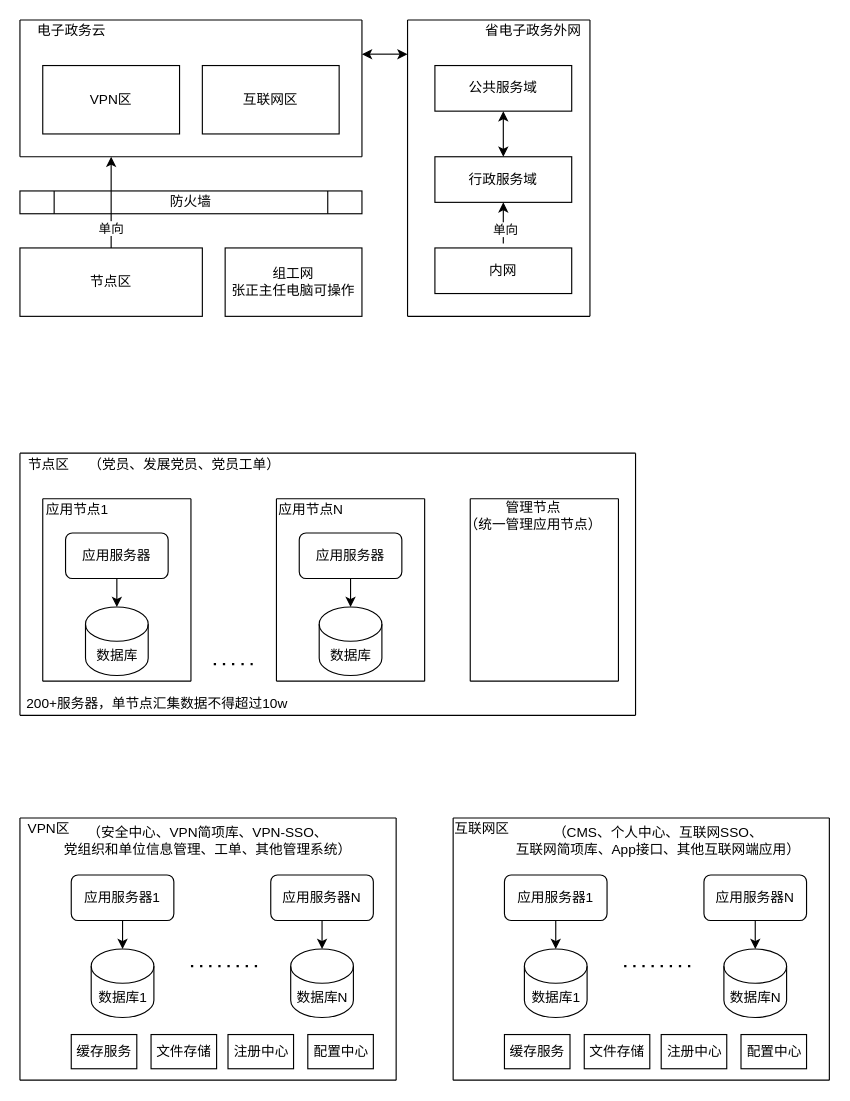
liuchenwei2000/diagram keeps this draw.io diagram as Dengta/部署域.drawio. Above is the earlier version. Source tidied: cells renumbered, new cells numbered last; positions are measured from the earlier drawing's top-left corner, leaving out a move shared by most shapes. Both pictures are drawn from the tidied source at 114%, with x=0, y=0 at pixel (19, 19).
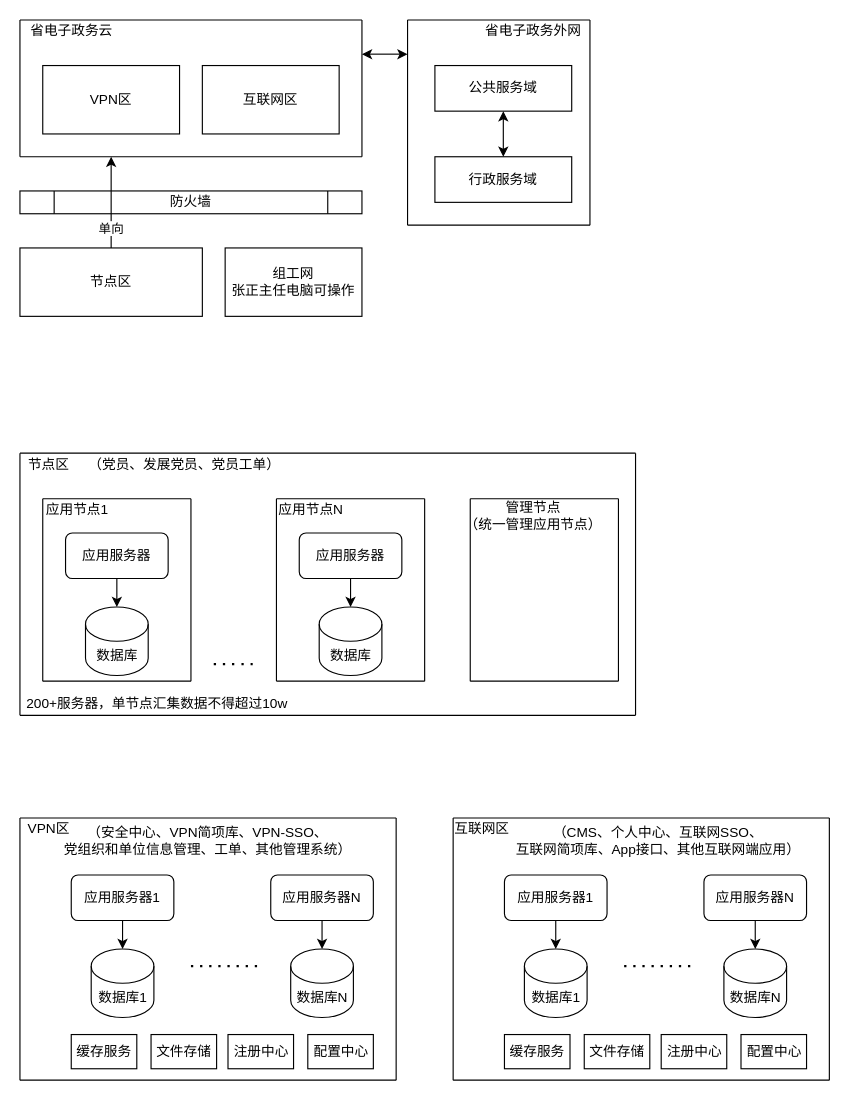
The same diagram, later.

The change refers to these unchanged cells:
```xml
<mxCell id="15" value="行政服务域" style="rounded=0;whiteSpace=wrap;html=1;" parent="1" vertex="1">
  <mxGeometry x="364" y="120" width="120" height="40" as="geometry" />
</mxCell>
```

Change to the diagram source:
```diff
@@
-    <mxCell id="10" value="电子政务云" style="text;html=1;align=center;verticalAlign=middle;" parent="1" vertex="1">
-      <mxGeometry x="5" width="80" height="20" as="geometry" />
+    <mxCell id="10" value="省电子政务云" style="text;html=1;align=center;verticalAlign=middle;" parent="1" vertex="1">
+      <mxGeometry width="90" height="20" as="geometry" />
     </mxCell>
@@
-    <mxCell id="16" value="内网" style="rounded=0;whiteSpace=wrap;html=1;" parent="1" vertex="1">
-      <mxGeometry x="364" y="200" width="120" height="40" as="geometry" />
-    </mxCell>
     <mxCell id="17" style="endArrow=none;html=1;" parent="1" edge="1">
       <mxGeometry relative="1" as="geometry">
-        <mxPoint x="340" y="260" as="sourcePoint" />
+        <mxPoint x="340" y="180" as="sourcePoint" />
         <mxPoint x="340" as="targetPoint" />
       </mxGeometry>
     </mxCell>
     <mxCell id="18" style="endArrow=none;html=1;" parent="1" edge="1">
       <mxGeometry relative="1" as="geometry">
-        <mxPoint x="500" y="260" as="sourcePoint" />
+        <mxPoint x="500" y="180" as="sourcePoint" />
         <mxPoint x="500" as="targetPoint" />
       </mxGeometry>
     </mxCell>
@@
-    <mxCell id="20" style="endArrow=classic;html=1;entryX=0.5;entryY=1;entryDx=0;entryDy=0;" parent="1" edge="1" target="15">
-      <mxGeometry relative="1" as="geometry">
-        <mxPoint x="424" y="196" as="sourcePoint" />
-      </mxGeometry>
-    </mxCell>
-    <mxCell id="21" value="单向" style="edgeLabel;html=1;align=center;verticalAlign=middle;" parent="20" vertex="1">
-      <mxGeometry x="-0.27" y="-1" relative="1" as="geometry" />
-    </mxCell>
     <mxCell id="22" style="endArrow=none;html=1;" parent="1" edge="1">
       <mxGeometry relative="1" as="geometry">
-        <mxPoint x="340" y="260" as="sourcePoint" />
-        <mxPoint x="500" y="260" as="targetPoint" />
+        <mxPoint x="340" y="180" as="sourcePoint" />
+        <mxPoint x="500" y="180" as="targetPoint" />
       </mxGeometry>
     </mxCell>
```
